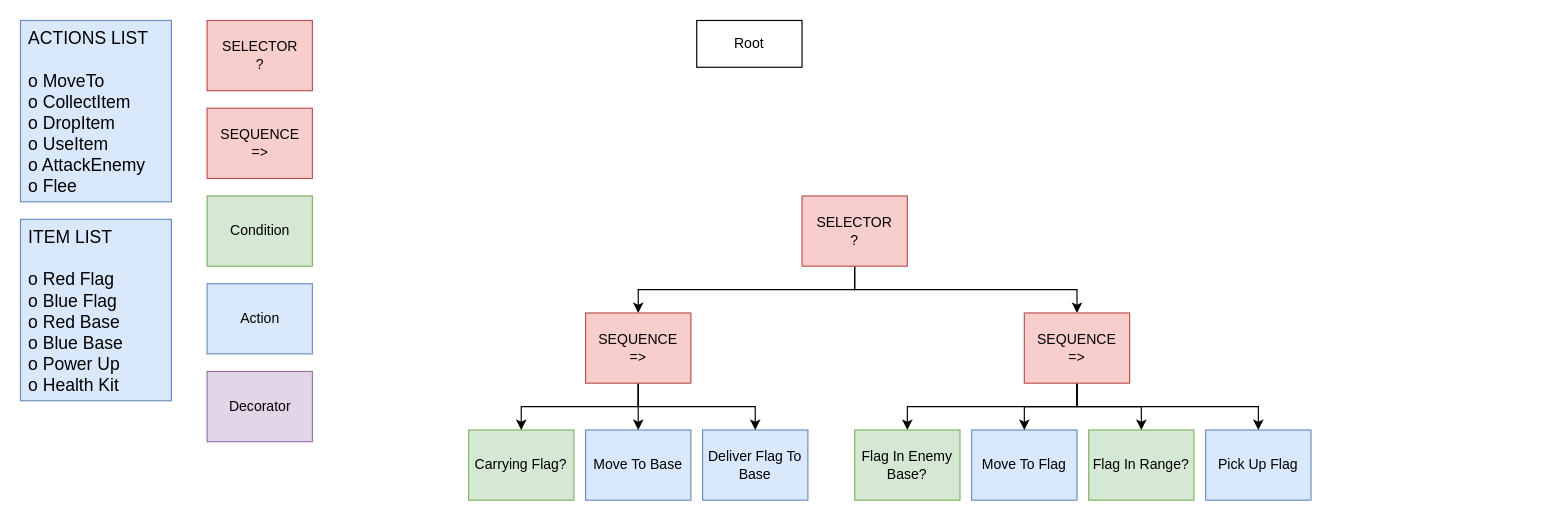
Above: AIAssessmentTree.drawio in Snowball115/SOL-AIBehaviourTree (draw.io), before the change. Source tidied: cells renumbered, new cells numbered last; positions are measured from the earlier drawing's top-left corner, leaving out a move shared by most shapes. Both pictures are drawn from the tidied source at 117%, with x=0, y=0 at pixel (20, 20).
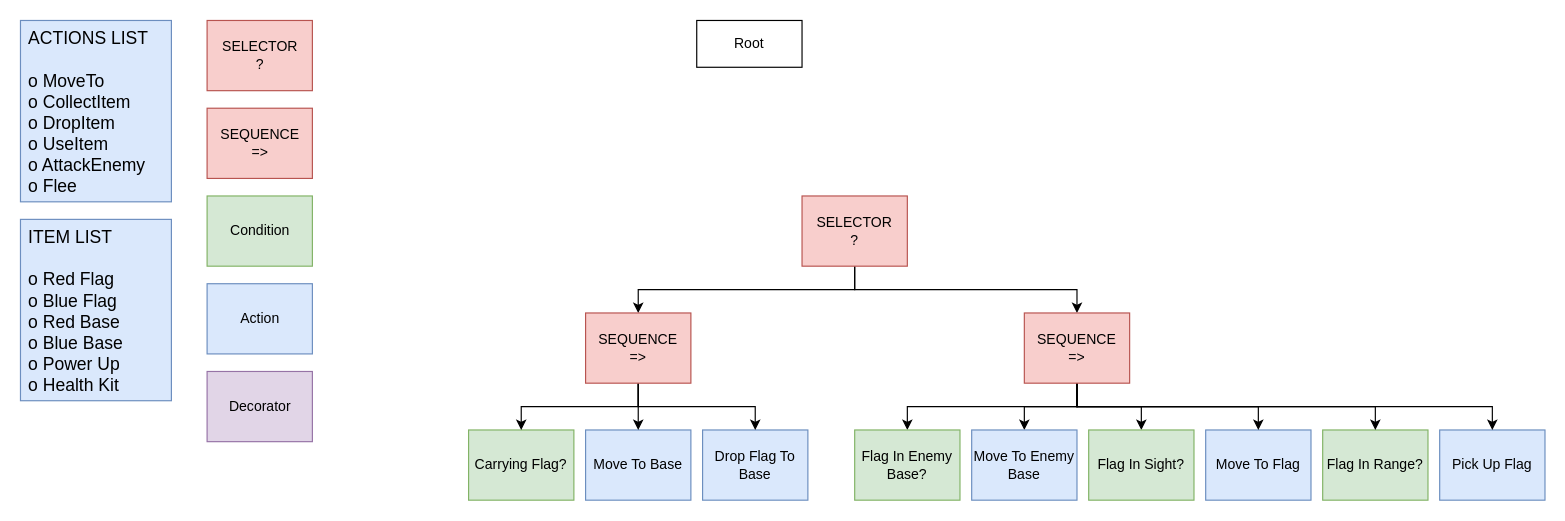
Above is the later version.

Unchanged cells that the change refers to:
```xml
<mxCell id="25" value="SEQUENCE&lt;br&gt;=&amp;gt;" style="rounded=0;whiteSpace=wrap;html=1;labelBackgroundColor=none;fontSize=12;fillColor=#f8cecc;strokeColor=#b85450;" parent="1" vertex="1">
  <mxGeometry x="858" y="250" width="90" height="60" as="geometry" />
</mxCell>
```

The edit, as a diff of the source:
```diff
@@
     <mxCell id="8" value="Move To Flag" style="rounded=0;whiteSpace=wrap;html=1;labelBackgroundColor=none;fontSize=12;fillColor=#dae8fc;strokeColor=#6c8ebf;" parent="1" vertex="1">
-      <mxGeometry x="813" y="350" width="90" height="60" as="geometry" />
+      <mxGeometry x="1013" y="350" width="90" height="60" as="geometry" />
     </mxCell>
     <mxCell id="9" value="Flag In Range?" style="rounded=0;whiteSpace=wrap;html=1;labelBackgroundColor=none;fontSize=12;fillColor=#d5e8d4;strokeColor=#82b366;" parent="1" vertex="1">
-      <mxGeometry x="913" y="350" width="90" height="60" as="geometry" />
+      <mxGeometry x="1113" y="350" width="90" height="60" as="geometry" />
     </mxCell>
     <mxCell id="10" value="Pick Up Flag" style="rounded=0;whiteSpace=wrap;html=1;labelBackgroundColor=none;fontSize=12;fillColor=#dae8fc;strokeColor=#6c8ebf;" parent="1" vertex="1">
-      <mxGeometry x="1013" y="350" width="90" height="60" as="geometry" />
+      <mxGeometry x="1213" y="350" width="90" height="60" as="geometry" />
     </mxCell>
@@
-    <mxCell id="12" value="Deliver Flag To Base" style="rounded=0;whiteSpace=wrap;html=1;labelBackgroundColor=none;fontSize=12;fillColor=#dae8fc;strokeColor=#6c8ebf;" parent="1" vertex="1">
+    <mxCell id="12" value="Drop Flag To Base" style="rounded=0;whiteSpace=wrap;html=1;labelBackgroundColor=none;fontSize=12;fillColor=#dae8fc;strokeColor=#6c8ebf;" parent="1" vertex="1">
       <mxGeometry x="583" y="350" width="90" height="60" as="geometry" />
     </mxCell>
@@
+    <mxCell id="29" style="edgeStyle=orthogonalEdgeStyle;rounded=0;jettySize=auto;html=1;exitX=0.5;exitY=1;exitDx=0;exitDy=0;entryX=0.5;entryY=0;entryDx=0;entryDy=0;fontSize=15;" parent="1" edge="1" source="25" target="31">
+      <mxGeometry relative="1" as="geometry" />
+    </mxCell>
+    <mxCell id="30" style="edgeStyle=orthogonalEdgeStyle;rounded=0;jettySize=auto;html=1;exitX=0.5;exitY=1;exitDx=0;exitDy=0;entryX=0.5;entryY=0;entryDx=0;entryDy=0;fontSize=15;" parent="1" edge="1" source="25" target="32">
+      <mxGeometry relative="1" as="geometry" />
+    </mxCell>
@@
+    <mxCell id="31" value="Move To Enemy Base" style="rounded=0;whiteSpace=wrap;html=1;labelBackgroundColor=none;fontSize=12;fillColor=#dae8fc;strokeColor=#6c8ebf;" parent="1" vertex="1">
+      <mxGeometry x="813" y="350" width="90" height="60" as="geometry" />
+    </mxCell>
+    <mxCell id="32" value="Flag In Sight?" style="rounded=0;whiteSpace=wrap;html=1;labelBackgroundColor=none;fontSize=12;fillColor=#d5e8d4;strokeColor=#82b366;" parent="1" vertex="1">
+      <mxGeometry x="913" y="350" width="90" height="60" as="geometry" />
+    </mxCell>
```
